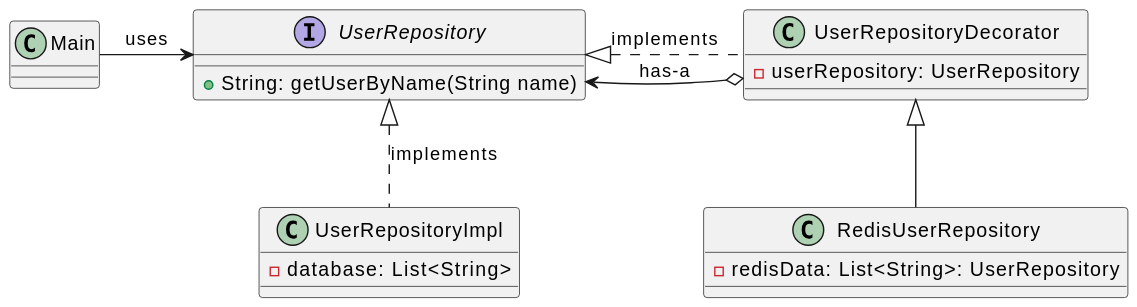
The PlantUML diagram Decorator/class-diagram.svg in miguelarian/design-patterns, before a commit.
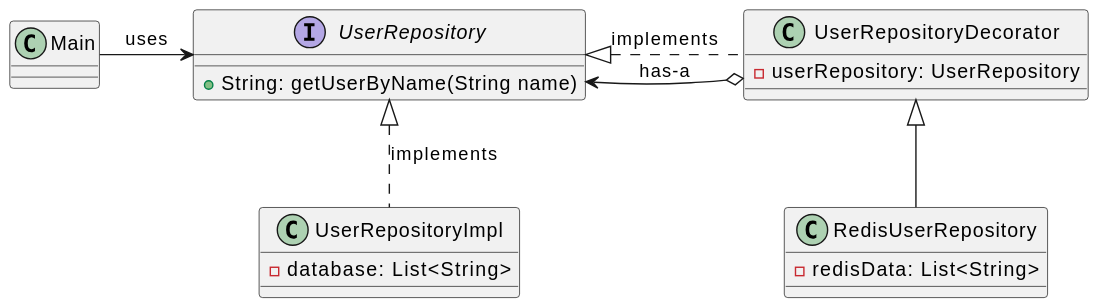
After the commit.

Commit message:
fix duplicated variable name

The edit, as a diff of the source:
```diff
@@ -9,7 +9,7 @@
     - userRepository: UserRepository
 }
 class RedisUserRepository extends UserRepositoryDecorator {
-    - redisData: List<String>: UserRepository
+    - redisData: List<String>
 }
 class Main
 Main -right-> UserRepository : uses
```
